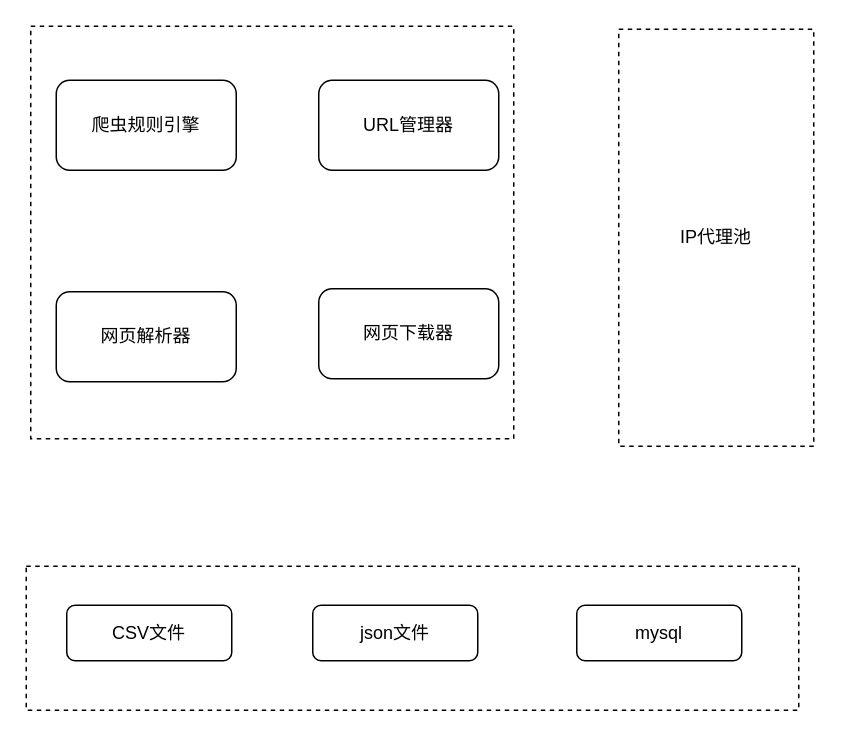
Before: 爬虫架构图.drawio in WindSearcher/draw_reposity, a draw.io diagram. Source tidied: cells renumbered, new cells numbered last; positions are measured from the earlier drawing's top-left corner, leaving out a move shared by most shapes. Both pictures are drawn from the tidied source at 150%, with x=0, y=0 at pixel (26, 26).
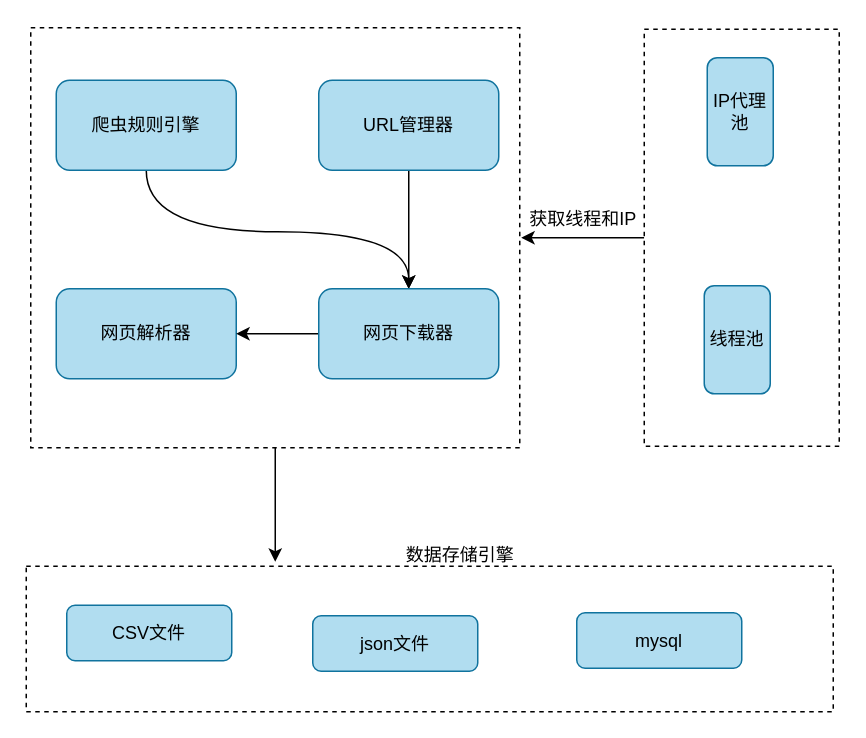
The same diagram, later.

Commit message:
爬虫架构图.drawio

What changed in the source:
```diff
@@
+    <mxCell id="12" style="edgeStyle=orthogonalEdgeStyle;curved=1;rounded=0;jettySize=auto;html=1;" parent="1" edge="1" source="2">
+      <mxGeometry relative="1" as="geometry">
+        <mxPoint x="166" y="357" as="targetPoint" />
+      </mxGeometry>
+    </mxCell>
     <mxCell id="2" style="rounded=0;whiteSpace=wrap;html=1;dashed=1;strokeColor=default;" parent="1" vertex="1">
-      <mxGeometry x="3" width="322" height="275" as="geometry" />
+      <mxGeometry x="3" y="1" width="326" height="280" as="geometry" />
     </mxCell>
+    <mxCell id="13" style="edgeStyle=orthogonalEdgeStyle;curved=1;rounded=0;jettySize=auto;html=1;" parent="1" edge="1" source="3" target="6">
+      <mxGeometry relative="1" as="geometry">
+        <Array as="points">
+          <mxPoint x="80" y="137" />
+          <mxPoint x="255" y="137" />
+        </Array>
+      </mxGeometry>
+    </mxCell>
-    <mxCell id="3" value="爬虫规则引擎" style="rounded=1;whiteSpace=wrap;html=1;strokeColor=default;" parent="1" vertex="1">
+    <mxCell id="3" value="爬虫规则引擎" style="rounded=1;whiteSpace=wrap;html=1;strokeColor=#10739e;fillColor=#b1ddf0;" parent="1" vertex="1">
       <mxGeometry x="20" y="36" width="120" height="60" as="geometry" />
     </mxCell>
+    <mxCell id="14" style="edgeStyle=orthogonalEdgeStyle;curved=1;rounded=0;jettySize=auto;html=1;" parent="1" edge="1" source="4" target="6">
+      <mxGeometry relative="1" as="geometry" />
+    </mxCell>
-    <mxCell id="4" value="URL管理器" style="rounded=1;whiteSpace=wrap;html=1;strokeColor=default;" parent="1" vertex="1">
+    <mxCell id="4" value="URL管理器" style="rounded=1;whiteSpace=wrap;html=1;strokeColor=#10739e;fillColor=#b1ddf0;" parent="1" vertex="1">
       <mxGeometry x="195" y="36" width="120" height="60" as="geometry" />
     </mxCell>
-    <mxCell id="5" value="网页解析器" style="rounded=1;whiteSpace=wrap;html=1;strokeColor=default;" parent="1" vertex="1">
-      <mxGeometry x="20" y="177" width="120" height="60" as="geometry" />
+    <mxCell id="5" value="网页解析器" style="rounded=1;whiteSpace=wrap;html=1;strokeColor=#10739e;fillColor=#b1ddf0;" parent="1" vertex="1">
+      <mxGeometry x="20" y="175" width="120" height="60" as="geometry" />
     </mxCell>
+    <mxCell id="15" style="edgeStyle=orthogonalEdgeStyle;curved=1;rounded=0;jettySize=auto;html=1;" parent="1" edge="1" source="6" target="5">
+      <mxGeometry relative="1" as="geometry" />
+    </mxCell>
-    <mxCell id="6" value="网页下载器" style="rounded=1;whiteSpace=wrap;html=1;strokeColor=default;" parent="1" vertex="1">
+    <mxCell id="6" value="网页下载器" style="rounded=1;whiteSpace=wrap;html=1;strokeColor=#10739e;fillColor=#b1ddf0;" parent="1" vertex="1">
       <mxGeometry x="195" y="175" width="120" height="60" as="geometry" />
     </mxCell>
     <mxCell id="7" style="rounded=0;whiteSpace=wrap;html=1;dashed=1;strokeColor=default;" parent="1" vertex="1">
-      <mxGeometry y="360" width="515" height="96" as="geometry" />
+      <mxGeometry y="360" width="538" height="97" as="geometry" />
     </mxCell>
-    <mxCell id="8" value="CSV文件" style="rounded=1;whiteSpace=wrap;html=1;strokeColor=default;" parent="1" vertex="1">
+    <mxCell id="8" value="CSV文件" style="rounded=1;whiteSpace=wrap;html=1;strokeColor=#10739e;fillColor=#b1ddf0;" parent="1" vertex="1">
       <mxGeometry x="27" y="386" width="110" height="37" as="geometry" />
     </mxCell>
-    <mxCell id="9" value="json文件" style="rounded=1;whiteSpace=wrap;html=1;strokeColor=default;" parent="1" vertex="1">
-      <mxGeometry x="191" y="386" width="110" height="37" as="geometry" />
+    <mxCell id="9" value="json文件" style="rounded=1;whiteSpace=wrap;html=1;strokeColor=#10739e;fillColor=#b1ddf0;" parent="1" vertex="1">
+      <mxGeometry x="191" y="393" width="110" height="37" as="geometry" />
     </mxCell>
-    <mxCell id="10" value="mysql" style="rounded=1;whiteSpace=wrap;html=1;strokeColor=default;" parent="1" vertex="1">
-      <mxGeometry x="367" y="386" width="110" height="37" as="geometry" />
+    <mxCell id="10" value="mysql" style="rounded=1;whiteSpace=wrap;html=1;strokeColor=#10739e;fillColor=#b1ddf0;" parent="1" vertex="1">
+      <mxGeometry x="367" y="391" width="110" height="37" as="geometry" />
     </mxCell>
+    <mxCell id="16" style="edgeStyle=orthogonalEdgeStyle;curved=1;rounded=0;jettySize=auto;html=1;" parent="1" edge="1" source="11">
+      <mxGeometry relative="1" as="geometry">
+        <mxPoint x="330" y="141" as="targetPoint" />
+      </mxGeometry>
+    </mxCell>
-    <mxCell id="11" value="IP代理池" style="rounded=0;whiteSpace=wrap;html=1;dashed=1;strokeColor=default;" parent="1" vertex="1">
-      <mxGeometry x="395" y="2" width="130" height="278" as="geometry" />
+    <mxCell id="11" style="rounded=0;whiteSpace=wrap;html=1;dashed=1;strokeColor=default;" parent="1" vertex="1">
+      <mxGeometry x="412" y="2" width="130" height="278" as="geometry" />
     </mxCell>
+    <mxCell id="17" value="IP代理池" style="rounded=1;whiteSpace=wrap;html=1;strokeColor=#10739e;fillColor=#b1ddf0;" parent="1" vertex="1">
+      <mxGeometry x="454" y="21" width="44" height="72" as="geometry" />
+    </mxCell>
+    <mxCell id="18" value="线程池" style="rounded=1;whiteSpace=wrap;html=1;strokeColor=#10739e;fillColor=#b1ddf0;" parent="1" vertex="1">
+      <mxGeometry x="452" y="173" width="44" height="72" as="geometry" />
+    </mxCell>
+    <mxCell id="19" value="获取线程和IP" style="text;html=1;align=center;verticalAlign=middle;fillColor=none;strokeColor=none;rounded=0;" parent="1" vertex="1">
+      <mxGeometry x="326" y="116" width="89" height="26" as="geometry" />
+    </mxCell>
+    <mxCell id="20" value="数据存储引擎" style="text;html=1;align=center;verticalAlign=middle;fillColor=none;strokeColor=none;rounded=0;fontFamily=Times New Roman;" parent="1" vertex="1">
+      <mxGeometry x="244" y="340" width="90" height="26" as="geometry" />
+    </mxCell>
```
